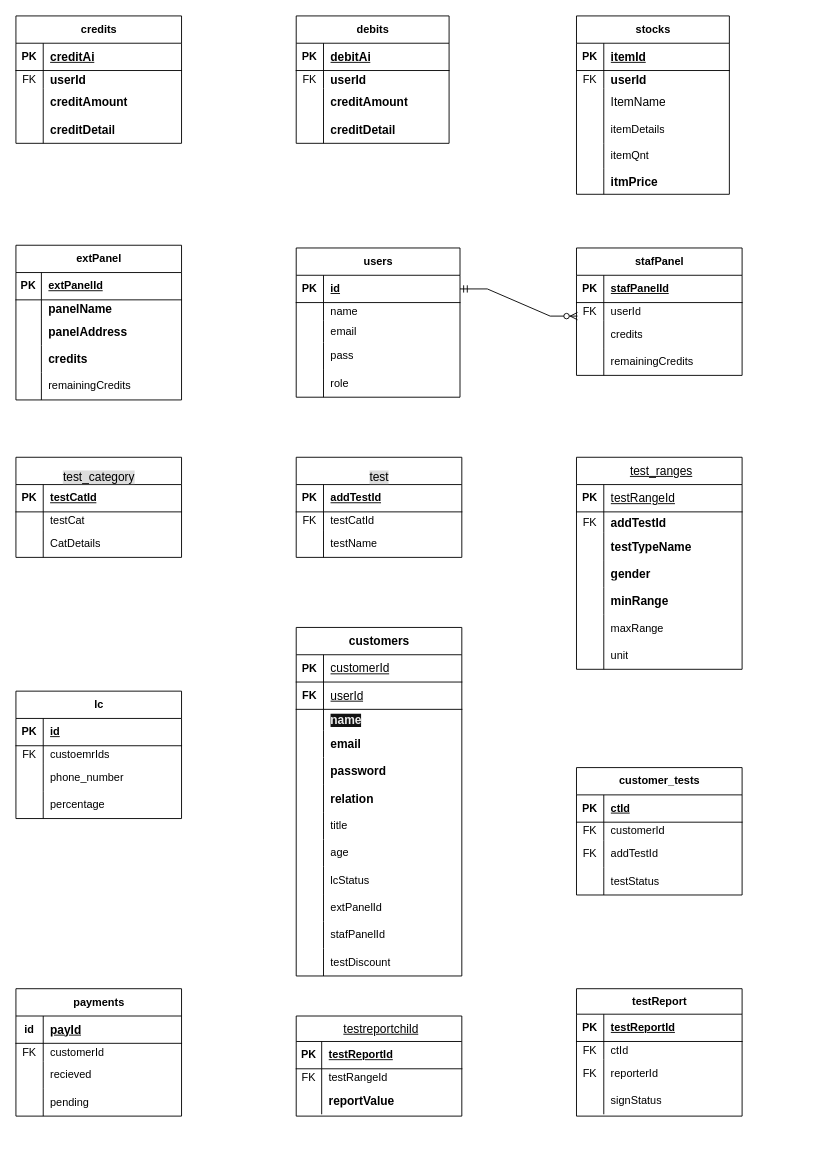
This is fyp.drawio from codefixxer/Laboratory_Management, a draw.io file, before an edit. Source tidied: cells renumbered, new cells numbered last; positions are measured from the earlier drawing's top-left corner, leaving out a move shared by most shapes. Both pictures are drawn from the tidied source at 91%, with x=0, y=0 at pixel (15, 15).
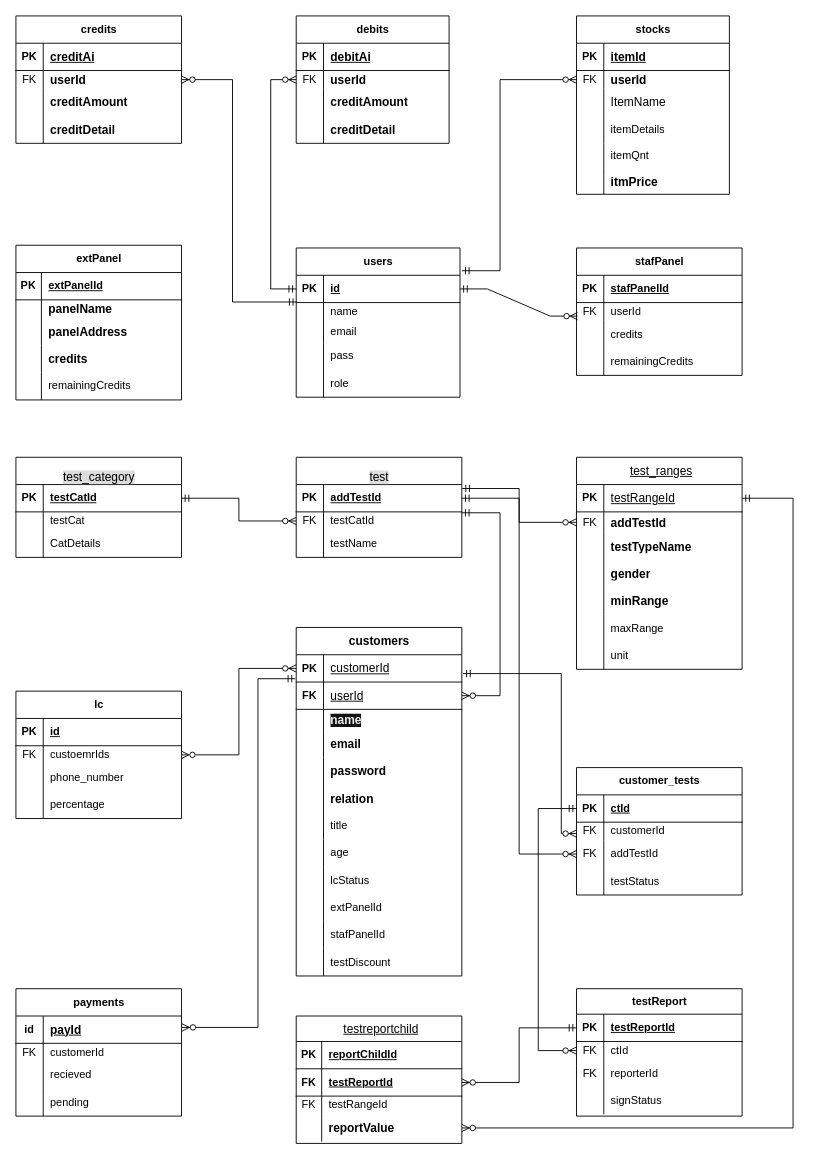
The same page after the edit.

The change refers to these unchanged cells:
```xml
<mxCell id="3" style="shape=tableRow;horizontal=0;startSize=0;swimlaneHead=0;swimlaneBody=0;fillColor=none;points=[[0,0.5],[1,0.5]];portConstraint=eastwest;top=0;left=0;right=0;bottom=1;" parent="2" vertex="1">
  <mxGeometry y="30" width="180" height="30" as="geometry" />
</mxCell>
<mxCell id="19" style="shape=tableRow;horizontal=0;startSize=0;swimlaneHead=0;swimlaneBody=0;fillColor=none;points=[[0,0.5],[1,0.5]];portConstraint=eastwest;top=0;left=0;right=0;bottom=1;" parent="18" vertex="1">
  <mxGeometry y="30" width="182" height="30" as="geometry" />
</mxCell>
<mxCell id="29" style="shape=tableRow;horizontal=0;startSize=0;swimlaneHead=0;swimlaneBody=0;fillColor=none;points=[[0,0.5],[1,0.5]];portConstraint=eastwest;top=0;left=0;right=0;bottom=1;" parent="28" vertex="1">
  <mxGeometry y="30" width="182" height="30" as="geometry" />
</mxCell>
<mxCell id="32" style="shape=tableRow;horizontal=0;startSize=0;swimlaneHead=0;swimlaneBody=0;fillColor=none;points=[[0,0.5],[1,0.5]];portConstraint=eastwest;top=0;left=0;right=0;bottom=0;" parent="28" vertex="1">
  <mxGeometry y="60" width="182" height="20" as="geometry" />
</mxCell>
<mxCell id="39" style="shape=tableRow;horizontal=0;startSize=0;swimlaneHead=0;swimlaneBody=0;fillColor=none;points=[[0,0.5],[1,0.5]];portConstraint=eastwest;top=0;left=0;right=0;bottom=1;" parent="38" vertex="1">
  <mxGeometry y="30" width="182" height="30" as="geometry" />
</mxCell>
<mxCell id="42" style="shape=tableRow;horizontal=0;startSize=0;swimlaneHead=0;swimlaneBody=0;fillColor=none;points=[[0,0.5],[1,0.5]];portConstraint=eastwest;top=0;left=0;right=0;bottom=0;" parent="38" vertex="1">
  <mxGeometry y="60" width="182" height="23" as="geometry" />
</mxCell>
<mxCell id="61" style="shape=tableRow;horizontal=0;startSize=0;swimlaneHead=0;swimlaneBody=0;fillColor=none;points=[[0,0.5],[1,0.5]];portConstraint=eastwest;top=0;left=0;right=0;bottom=1;" parent="60" vertex="1">
  <mxGeometry y="30" width="182" height="30" as="geometry" />
</mxCell>
<mxCell id="64" style="shape=tableRow;horizontal=0;startSize=0;swimlaneHead=0;swimlaneBody=0;fillColor=none;points=[[0,0.5],[1,0.5]];portConstraint=eastwest;top=0;left=0;right=0;bottom=1;" parent="60" vertex="1">
  <mxGeometry y="60" width="182" height="30" as="geometry" />
</mxCell>
<mxCell id="98" style="shape=tableRow;horizontal=0;startSize=0;swimlaneHead=0;swimlaneBody=0;fillColor=none;points=[[0,0.5],[1,0.5]];portConstraint=eastwest;top=0;left=0;right=0;bottom=1;" parent="97" vertex="1">
  <mxGeometry y="30" width="182" height="30" as="geometry" />
</mxCell>
<mxCell id="104" style="shape=tableRow;horizontal=0;startSize=0;swimlaneHead=0;swimlaneBody=0;fillColor=none;points=[[0,0.5],[1,0.5]];portConstraint=eastwest;top=0;left=0;right=0;bottom=0;" parent="97" vertex="1">
  <mxGeometry y="80" width="182" height="30" as="geometry" />
</mxCell>
<mxCell id="111" style="shape=tableRow;horizontal=0;startSize=0;swimlaneHead=0;swimlaneBody=0;fillColor=none;points=[[0,0.5],[1,0.5]];portConstraint=eastwest;top=0;left=0;right=0;bottom=1;" parent="110" vertex="1">
  <mxGeometry y="28" width="182" height="30" as="geometry" />
</mxCell>
<mxCell id="114" style="shape=tableRow;horizontal=0;startSize=0;swimlaneHead=0;swimlaneBody=0;fillColor=none;points=[[0,0.5],[1,0.5]];portConstraint=eastwest;top=0;left=0;right=0;bottom=0;" parent="110" vertex="1">
  <mxGeometry y="58" width="182" height="20" as="geometry" />
</mxCell>
<mxCell id="134" style="shape=tableRow;horizontal=0;startSize=0;swimlaneHead=0;swimlaneBody=0;fillColor=none;points=[[0,0.5],[1,0.5]];portConstraint=eastwest;top=0;left=0;right=0;bottom=1;" parent="133" vertex="1">
  <mxGeometry y="30" width="182" height="30" as="geometry" />
</mxCell>
<mxCell id="179" style="shape=tableRow;horizontal=0;startSize=0;swimlaneHead=0;swimlaneBody=0;fillColor=none;points=[[0,0.5],[1,0.5]];portConstraint=eastwest;top=0;left=0;right=0;bottom=0;" parent="175" vertex="1">
  <mxGeometry y="60" width="182" height="20" as="geometry" />
</mxCell>
<mxCell id="192" style="shape=tableRow;horizontal=0;startSize=0;swimlaneHead=0;swimlaneBody=0;fillColor=none;points=[[0,0.5],[1,0.5]];portConstraint=eastwest;top=0;left=0;right=0;bottom=0;" parent="188" vertex="1">
  <mxGeometry y="60" width="182" height="20" as="geometry" />
</mxCell>
<mxCell id="205" style="shape=tableRow;horizontal=0;startSize=0;swimlaneHead=0;swimlaneBody=0;fillColor=none;points=[[0,0.5],[1,0.5]];portConstraint=eastwest;top=0;left=0;right=0;bottom=0;" parent="201" vertex="1">
  <mxGeometry y="60" width="168" height="20" as="geometry" />
</mxCell>
<mxCell id="218" style="shape=tableRow;horizontal=0;startSize=0;swimlaneHead=0;swimlaneBody=0;fillColor=none;points=[[0,0.5],[1,0.5]];portConstraint=eastwest;top=0;left=0;right=0;bottom=0;" parent="214" vertex="1">
  <mxGeometry y="60" width="168" height="20" as="geometry" />
</mxCell>
```

The edit, as a diff of the source:
```diff
@@
     <mxCell id="123" value="&lt;a style=&quot;box-sizing: border-box; color: rgb(0, 0, 0); padding-left: 0.3em; line-height: 1.5em; height: 1.5em; position: relative; z-index: 100; vertical-align: sub; font-family: sans-serif; font-size: 13.12px; font-weight: 400; text-align: left;&quot; title=&quot;Browse&quot; href=&quot;http://localhost/phpmyadmin/index.php?route=/sql&amp;amp;pos=0&amp;amp;db=fyp&amp;amp;table=testreportchild&quot; class=&quot;hover_show_full&quot;&gt;testreportchild&lt;/a&gt;" style="shape=table;startSize=28;childLayout=tableLayout;rowLines=0;fontStyle=1;align=center;html=1;" parent="1" vertex="1">
-      <mxGeometry x="308" y="1099" width="182" height="110" as="geometry" />
+      <mxGeometry x="308" y="1099" width="182" height="140" as="geometry" />
     </mxCell>
+    <mxCell id="234" style="shape=tableRow;horizontal=0;startSize=0;swimlaneHead=0;swimlaneBody=0;fillColor=none;top=0;left=0;right=0;bottom=1;" parent="123" vertex="1">
+      <mxGeometry y="28" width="182" height="30" as="geometry" />
+    </mxCell>
+    <mxCell id="235" value="PK" style="shape=partialRectangle;fillColor=none;top=0;left=0;bottom=0;right=0;fontStyle=1;overflow=hidden;whiteSpace=wrap;html=1;" parent="234" vertex="1">
+      <mxGeometry width="28" height="30" as="geometry" />
+    </mxCell>
+    <mxCell id="236" value="reportChildId" style="shape=partialRectangle;fillColor=none;top=0;left=0;bottom=0;right=0;align=left;spacingLeft=6;fontStyle=5;overflow=hidden;whiteSpace=wrap;html=1;" parent="234" vertex="1">
+      <mxGeometry x="28" width="154" height="30" as="geometry" />
+    </mxCell>
     <mxCell id="124" style="shape=tableRow;horizontal=0;startSize=0;swimlaneHead=0;swimlaneBody=0;fillColor=none;points=[[0,0.5],[1,0.5]];portConstraint=eastwest;top=0;left=0;right=0;bottom=1;" parent="123" vertex="1">
-      <mxGeometry y="28" width="182" height="30" as="geometry" />
+      <mxGeometry y="58" width="182" height="30" as="geometry" />
     </mxCell>
-    <mxCell id="125" value="PK" style="shape=partialRectangle;fillColor=none;top=0;left=0;bottom=0;right=0;fontStyle=1;overflow=hidden;whiteSpace=wrap;html=1;" parent="124" vertex="1">
+    <mxCell id="125" value="FK" style="shape=partialRectangle;fillColor=none;top=0;left=0;bottom=0;right=0;fontStyle=1;overflow=hidden;whiteSpace=wrap;html=1;" parent="124" vertex="1">
       <mxGeometry width="28" height="30" as="geometry" />
     </mxCell>
@@
     <mxCell id="127" style="shape=tableRow;horizontal=0;startSize=0;swimlaneHead=0;swimlaneBody=0;fillColor=none;top=0;left=0;right=0;bottom=0;" parent="123" vertex="1">
-      <mxGeometry y="58" width="182" height="20" as="geometry" />
+      <mxGeometry y="88" width="182" height="20" as="geometry" />
     </mxCell>
@@
     <mxCell id="130" style="shape=tableRow;horizontal=0;startSize=0;swimlaneHead=0;swimlaneBody=0;fillColor=none;points=[[0,0.5],[1,0.5]];portConstraint=eastwest;top=0;left=0;right=0;bottom=0;" parent="123" vertex="1">
-      <mxGeometry y="78" width="182" height="30" as="geometry" />
+      <mxGeometry y="108" width="182" height="30" as="geometry" />
     </mxCell>
@@
+    <mxCell id="237" style="edgeStyle=elbowEdgeStyle;fontSize=12;html=1;endArrow=ERzeroToMany;startArrow=ERmandOne;rounded=0;exitX=0;exitY=0.5;exitDx=0;exitDy=0;entryX=0;entryY=0.5;entryDx=0;entryDy=0;" parent="1" edge="1" source="3" target="205">
+      <mxGeometry relative="1" as="geometry">
+        <Array as="points">
+          <mxPoint x="280" y="182" />
+        </Array>
+      </mxGeometry>
+    </mxCell>
+    <mxCell id="238" style="edgeStyle=elbowEdgeStyle;fontSize=12;html=1;endArrow=ERzeroToMany;startArrow=ERmandOne;rounded=0;exitX=0.003;exitY=0.979;exitDx=0;exitDy=0;exitPerimeter=0;" parent="1" edge="1" source="3" target="192">
+      <mxGeometry relative="1" as="geometry">
+        <Array as="points">
+          <mxPoint x="238" y="252" />
+        </Array>
+      </mxGeometry>
+    </mxCell>
+    <mxCell id="239" style="edgeStyle=elbowEdgeStyle;fontSize=12;html=1;endArrow=ERzeroToMany;startArrow=ERmandOne;rounded=0;entryX=0;entryY=0.5;entryDx=0;entryDy=0;" parent="1" edge="1" target="218">
+      <mxGeometry relative="1" as="geometry">
+        <mxPoint x="490" y="280" as="sourcePoint" />
+        <Array as="points">
+          <mxPoint x="532" y="154" />
+        </Array>
+      </mxGeometry>
+    </mxCell>
+    <mxCell id="240" style="edgeStyle=elbowEdgeStyle;fontSize=12;html=1;endArrow=ERzeroToMany;startArrow=ERmandOne;rounded=0;" parent="1" edge="1" source="19" target="32">
+      <mxGeometry relative="1" as="geometry" />
+    </mxCell>
+    <mxCell id="241" style="edgeStyle=elbowEdgeStyle;fontSize=12;html=1;endArrow=ERzeroToMany;startArrow=ERmandOne;rounded=0;exitX=1;exitY=0.5;exitDx=0;exitDy=0;" parent="1" edge="1" source="29" target="42">
+      <mxGeometry relative="1" as="geometry" />
+    </mxCell>
+    <mxCell id="242" style="edgeStyle=elbowEdgeStyle;fontSize=12;html=1;endArrow=ERzeroToMany;startArrow=ERmandOne;rounded=0;entryX=1;entryY=0.5;entryDx=0;entryDy=0;" parent="1" edge="1" target="64">
+      <mxGeometry relative="1" as="geometry">
+        <mxPoint x="490" y="546" as="sourcePoint" />
+        <Array as="points">
+          <mxPoint x="532" y="644" />
+        </Array>
+      </mxGeometry>
+    </mxCell>
+    <mxCell id="243" style="edgeStyle=elbowEdgeStyle;fontSize=12;html=1;endArrow=ERzeroToMany;startArrow=ERzeroToMany;rounded=0;exitX=1;exitY=0.5;exitDx=0;exitDy=0;entryX=0;entryY=0.5;entryDx=0;entryDy=0;startFill=0;" parent="1" edge="1" source="179" target="61">
+      <mxGeometry relative="1" as="geometry" />
+    </mxCell>
+    <mxCell id="244" style="edgeStyle=elbowEdgeStyle;fontSize=12;html=1;endArrow=ERzeroToMany;startArrow=ERmandOne;rounded=0;entryX=0.015;entryY=0.75;entryDx=0;entryDy=0;entryPerimeter=0;exitX=1.007;exitY=0.69;exitDx=0;exitDy=0;exitPerimeter=0;" parent="1" edge="1" source="61">
+      <mxGeometry relative="1" as="geometry">
+        <mxPoint x="616" y="898.5" as="targetPoint" />
+        <Array as="points">
+          <mxPoint x="599.3" y="893.5" />
+        </Array>
+      </mxGeometry>
+    </mxCell>
+    <mxCell id="245" style="edgeStyle=elbowEdgeStyle;fontSize=12;html=1;endArrow=ERzeroToMany;startArrow=ERmandOne;rounded=0;exitX=1.002;exitY=0.144;exitDx=0;exitDy=0;exitPerimeter=0;" parent="1" edge="1" source="29" target="104">
+      <mxGeometry relative="1" as="geometry" />
+    </mxCell>
+    <mxCell id="246" style="edgeStyle=elbowEdgeStyle;fontSize=12;html=1;endArrow=ERzeroToMany;startArrow=ERmandOne;rounded=0;entryX=1.003;entryY=0.418;entryDx=0;entryDy=0;exitX=-0.005;exitY=0.878;exitDx=0;exitDy=0;exitPerimeter=0;entryPerimeter=0;" parent="1" edge="1" source="61" target="134">
+      <mxGeometry relative="1" as="geometry">
+        <Array as="points">
+          <mxPoint x="266" y="924" />
+          <mxPoint x="235.6" y="1078" />
+        </Array>
+      </mxGeometry>
+    </mxCell>
+    <mxCell id="247" style="edgeStyle=elbowEdgeStyle;fontSize=12;html=1;endArrow=ERzeroToMany;startArrow=ERmandOne;rounded=0;" parent="1" edge="1" source="98" target="114">
+      <mxGeometry relative="1" as="geometry">
+        <Array as="points">
+          <mxPoint x="574" y="1036" />
+        </Array>
+      </mxGeometry>
+    </mxCell>
+    <mxCell id="248" style="edgeStyle=elbowEdgeStyle;fontSize=12;html=1;endArrow=ERzeroToMany;startArrow=ERmandOne;rounded=0;" parent="1" edge="1" source="111" target="124">
+      <mxGeometry relative="1" as="geometry" />
+    </mxCell>
+    <mxCell id="249" style="edgeStyle=elbowEdgeStyle;fontSize=12;html=1;endArrow=ERzeroToMany;startArrow=ERmandOne;rounded=0;exitX=1;exitY=0.5;exitDx=0;exitDy=0;" parent="1" edge="1" source="39" target="130">
+      <mxGeometry relative="1" as="geometry">
+        <Array as="points">
+          <mxPoint x="854" y="854" />
+        </Array>
+      </mxGeometry>
+    </mxCell>
```
